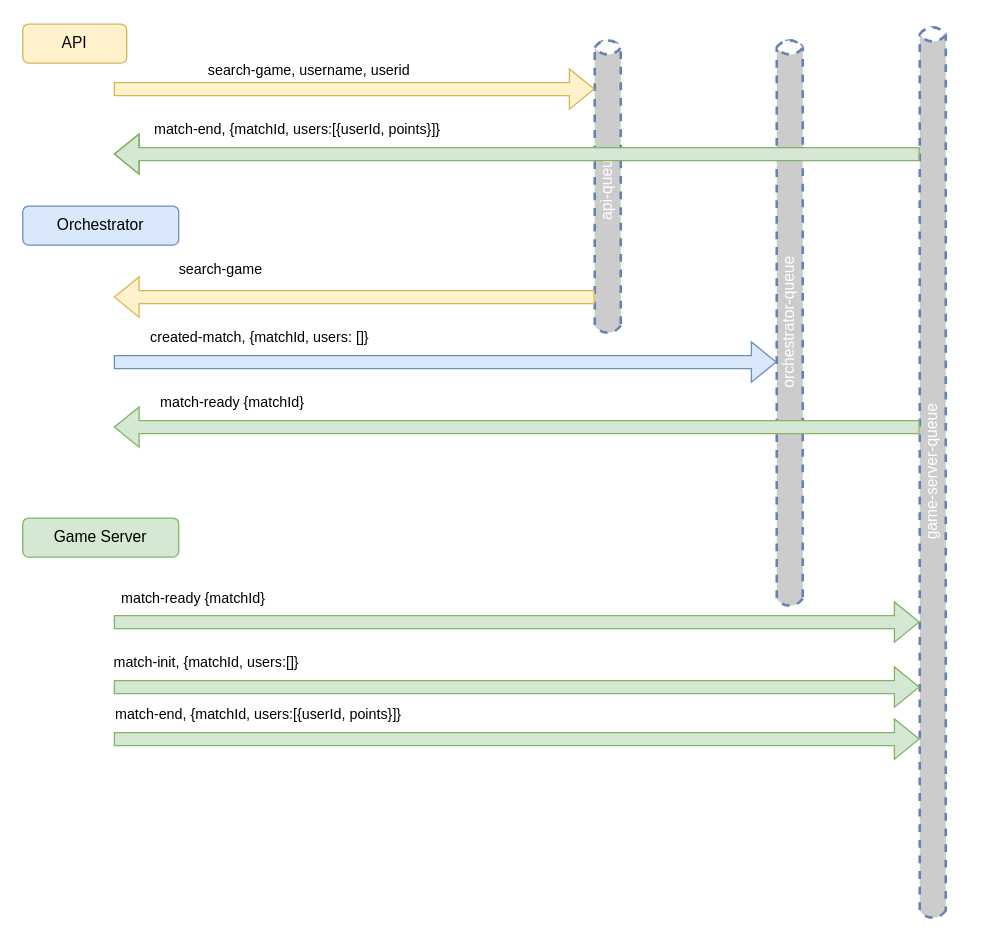
The draw.io diagram page "messages" (1 of 2) of documents/architecture.drawio in paolinos/web-game-server, before the edit. Source tidied: cells renumbered, new cells numbered last; positions are measured from the earlier drawing's top-left corner, leaving out a move shared by most shapes. Both pictures are drawn from the tidied source at 130%, with x=0, y=0 at pixel (22, 23).
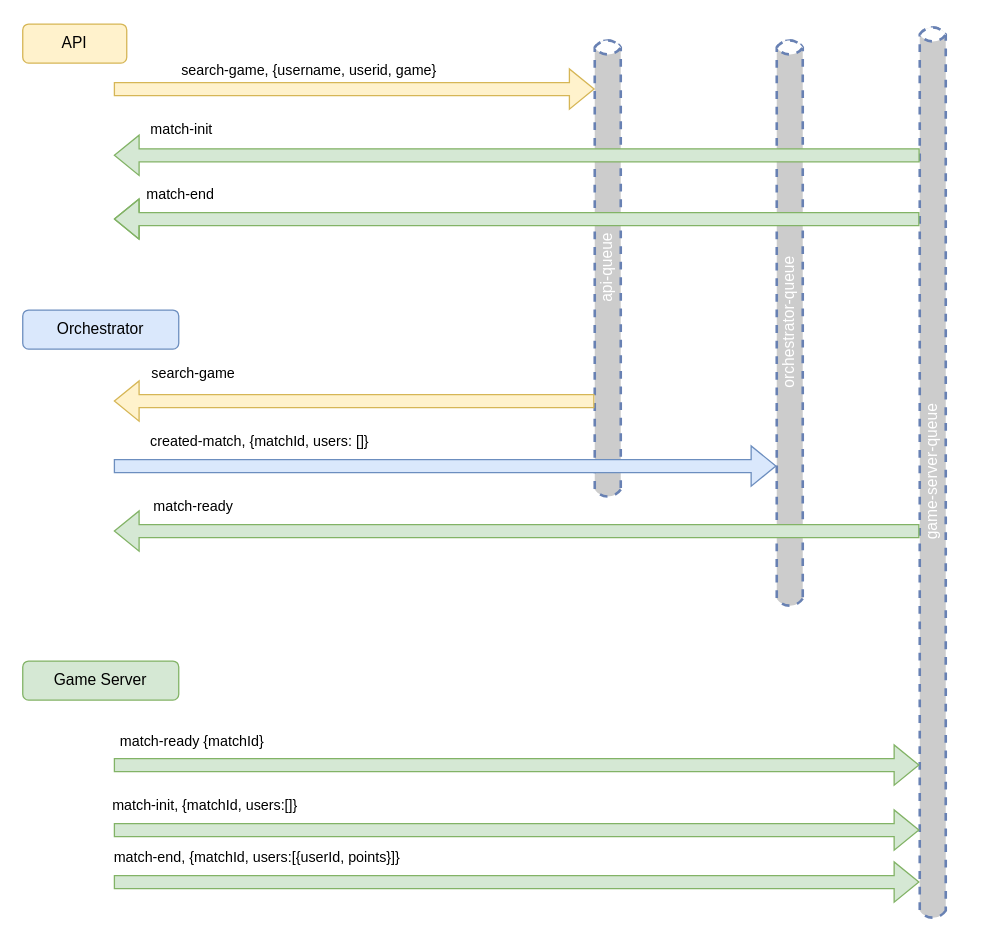
The same page after the edit.

Commit message (it also covers changes not shown here):
Update messages-workflow image

The change refers to these unchanged cells:
```xml
<mxCell id="6" value="orchestrator-queue" style="html=1;outlineConnect=0;fillColor=#CCCCCC;strokeColor=#6881B3;gradientColor=none;gradientDirection=north;strokeWidth=2;shape=mxgraph.networks.bus;gradientColor=none;gradientDirection=north;fontColor=#ffffff;perimeter=backbonePerimeter;backboneSize=20;dashed=1;rotation=-90;" parent="1" vertex="1">
  <mxGeometry x="370" y="210" width="440" height="40" as="geometry" />
</mxCell>
<mxCell id="7" value="game-server-queue" style="html=1;outlineConnect=0;fillColor=#CCCCCC;strokeColor=#6881B3;gradientColor=none;gradientDirection=north;strokeWidth=2;shape=mxgraph.networks.bus;gradientColor=none;gradientDirection=north;fontColor=#ffffff;perimeter=backbonePerimeter;backboneSize=20;dashed=1;rotation=-90;" parent="1" vertex="1">
  <mxGeometry x="355" y="325" width="690" height="40" as="geometry" />
</mxCell>
<mxCell id="8" style="shape=flexArrow;endArrow=classic;html=1;rounded=0;fillColor=#fff2cc;strokeColor=#d6b656;" parent="1" edge="1" target="5">
  <mxGeometry relative="1" as="geometry">
    <mxPoint x="70" y="50" as="sourcePoint" />
  </mxGeometry>
</mxCell>
```

What changed in the source:
```diff
@@
     <mxCell id="3" value="Orchestrator" style="rounded=1;whiteSpace=wrap;html=1;fillColor=#dae8fc;strokeColor=#6c8ebf;" parent="1" vertex="1">
-      <mxGeometry y="140" width="120" height="30" as="geometry" />
+      <mxGeometry y="220" width="120" height="30" as="geometry" />
     </mxCell>
     <mxCell id="4" value="Game Server" style="rounded=1;whiteSpace=wrap;html=1;fillColor=#d5e8d4;strokeColor=#82b366;" parent="1" vertex="1">
-      <mxGeometry y="380" width="120" height="30" as="geometry" />
+      <mxGeometry y="490" width="120" height="30" as="geometry" />
     </mxCell>
     <mxCell id="5" value="api-queue" style="html=1;outlineConnect=0;fillColor=#CCCCCC;strokeColor=#6881B3;gradientColor=none;gradientDirection=north;strokeWidth=2;shape=mxgraph.networks.bus;gradientColor=none;gradientDirection=north;fontColor=#ffffff;perimeter=backbonePerimeter;backboneSize=20;dashed=1;rotation=-90;" parent="1" vertex="1">
-      <mxGeometry x="335" y="105" width="230" height="40" as="geometry" />
+      <mxGeometry x="272" y="168" width="356" height="40" as="geometry" />
     </mxCell>
@@
-    <mxCell id="9" value="search-game, username, userid" style="edgeLabel;html=1;align=center;verticalAlign=middle;" parent="8" vertex="1">
+    <mxCell id="9" value="search-game, {username, userid, game}" style="edgeLabel;html=1;align=center;verticalAlign=middle;" parent="8" vertex="1">
       <mxGeometry x="-0.43" y="-1" relative="1" as="geometry">
         <mxPoint x="44" y="-16" as="offset" />
       </mxGeometry>
     </mxCell>
-    <mxCell id="10" style="shape=flexArrow;endArrow=classic;html=1;rounded=0;fillColor=#fff2cc;strokeColor=#d6b656;" parent="1" edge="1" source="5">
+    <mxCell id="10" style="shape=flexArrow;endArrow=classic;html=1;rounded=0;fillColor=#fff2cc;strokeColor=#d6b656;" parent="1" edge="1">
       <mxGeometry relative="1" as="geometry">
-        <mxPoint x="70" y="210" as="targetPoint" />
+        <mxPoint x="439.8" y="290" as="sourcePoint" />
+        <mxPoint x="70" y="290" as="targetPoint" />
       </mxGeometry>
     </mxCell>
     <mxCell id="11" value="search-game" style="edgeLabel;html=1;align=center;verticalAlign=middle;" parent="10" vertex="1">
       <mxGeometry x="-0.43" y="-1" relative="1" as="geometry">
-        <mxPoint x="-184" y="-21" as="offset" />
+        <mxPoint x="-204" y="-21" as="offset" />
       </mxGeometry>
     </mxCell>
-    <mxCell id="12" style="shape=flexArrow;endArrow=classic;html=1;rounded=0;fillColor=#dae8fc;strokeColor=#6c8ebf;" parent="1" edge="1" target="6">
+    <mxCell id="12" style="shape=flexArrow;endArrow=classic;html=1;rounded=0;fillColor=#dae8fc;strokeColor=#6c8ebf;" parent="1" edge="1">
       <mxGeometry relative="1" as="geometry">
-        <mxPoint x="70" y="260" as="sourcePoint" />
+        <mxPoint x="70" y="340" as="sourcePoint" />
+        <mxPoint x="579.8" y="340" as="targetPoint" />
       </mxGeometry>
     </mxCell>
@@
-    <mxCell id="14" style="shape=flexArrow;endArrow=classic;html=1;rounded=0;fillColor=#d5e8d4;strokeColor=#82b366;" parent="1" edge="1" target="7">
+    <mxCell id="14" style="shape=flexArrow;endArrow=classic;html=1;rounded=0;fillColor=#d5e8d4;strokeColor=#82b366;" parent="1" edge="1">
       <mxGeometry relative="1" as="geometry">
-        <mxPoint x="70" y="460" as="sourcePoint" />
+        <mxPoint x="70" y="570" as="sourcePoint" />
+        <mxPoint x="689.8" y="570" as="targetPoint" />
       </mxGeometry>
     </mxCell>
@@
-    <mxCell id="16" style="shape=flexArrow;endArrow=classic;html=1;rounded=0;fillColor=#d5e8d4;strokeColor=#82b366;" parent="1" edge="1" target="7">
+    <mxCell id="16" style="shape=flexArrow;endArrow=classic;html=1;rounded=0;fillColor=#d5e8d4;strokeColor=#82b366;" parent="1" edge="1">
       <mxGeometry relative="1" as="geometry">
-        <mxPoint x="70" y="510" as="sourcePoint" />
+        <mxPoint x="70" y="620" as="sourcePoint" />
+        <mxPoint x="689.8" y="620" as="targetPoint" />
       </mxGeometry>
     </mxCell>
@@
-    <mxCell id="18" style="shape=flexArrow;endArrow=classic;html=1;rounded=0;fillColor=#d5e8d4;strokeColor=#82b366;" parent="1" edge="1" target="7">
+    <mxCell id="18" style="shape=flexArrow;endArrow=classic;html=1;rounded=0;fillColor=#d5e8d4;strokeColor=#82b366;" parent="1" edge="1">
       <mxGeometry relative="1" as="geometry">
-        <mxPoint x="70" y="550" as="sourcePoint" />
+        <mxPoint x="70" y="660" as="sourcePoint" />
+        <mxPoint x="689.8" y="660" as="targetPoint" />
       </mxGeometry>
     </mxCell>
@@
-    <mxCell id="20" style="shape=flexArrow;endArrow=classic;html=1;rounded=0;fillColor=#d5e8d4;strokeColor=#82b366;" parent="1" edge="1" source="7">
+    <mxCell id="20" style="shape=flexArrow;endArrow=classic;html=1;rounded=0;fillColor=#d5e8d4;strokeColor=#82b366;" parent="1" edge="1">
       <mxGeometry relative="1" as="geometry">
-        <mxPoint x="70" y="310" as="targetPoint" />
+        <mxPoint x="689.8" y="390" as="sourcePoint" />
+        <mxPoint x="70" y="390" as="targetPoint" />
       </mxGeometry>
     </mxCell>
-    <mxCell id="21" value="match-ready {matchId}" style="edgeLabel;html=1;align=center;verticalAlign=middle;" parent="20" vertex="1">
+    <mxCell id="21" value="match-ready" style="edgeLabel;html=1;align=center;verticalAlign=middle;" parent="20" vertex="1">
       <mxGeometry x="-0.49" y="-5" relative="1" as="geometry">
-        <mxPoint x="-372" y="-15" as="offset" />
+        <mxPoint x="-401" y="-15" as="offset" />
       </mxGeometry>
     </mxCell>
-    <mxCell id="22" style="shape=flexArrow;endArrow=classic;html=1;rounded=0;fillColor=#d5e8d4;strokeColor=#82b366;" parent="1" edge="1" source="7">
+    <mxCell id="22" style="shape=flexArrow;endArrow=classic;html=1;rounded=0;fillColor=#d5e8d4;strokeColor=#82b366;" parent="1" edge="1">
       <mxGeometry relative="1" as="geometry">
-        <mxPoint x="70" y="100" as="targetPoint" />
+        <mxPoint x="689.8" y="150" as="sourcePoint" />
+        <mxPoint x="70" y="150" as="targetPoint" />
         <Array as="points">
-          <mxPoint x="530" y="100" />
+          <mxPoint x="530" y="150" />
         </Array>
       </mxGeometry>
     </mxCell>
-    <mxCell id="23" value="match-end, {matchId, users:[{userId, points}]}" style="edgeLabel;html=1;align=center;verticalAlign=middle;" parent="22" vertex="1">
+    <mxCell id="23" value="match-end" style="edgeLabel;html=1;align=center;verticalAlign=middle;" parent="22" vertex="1">
       <mxGeometry x="-0.49" y="-5" relative="1" as="geometry">
-        <mxPoint x="-322" y="-15" as="offset" />
+        <mxPoint x="-411" y="-15" as="offset" />
       </mxGeometry>
     </mxCell>
+    <mxCell id="24" style="shape=flexArrow;endArrow=classic;html=1;rounded=0;fillColor=#d5e8d4;strokeColor=#82b366;" parent="1" edge="1" source="7">
+      <mxGeometry relative="1" as="geometry">
+        <mxPoint x="70" y="101" as="targetPoint" />
+      </mxGeometry>
+    </mxCell>
+    <mxCell id="25" value="match-init" style="edgeLabel;html=1;align=center;verticalAlign=middle;" parent="24" vertex="1">
+      <mxGeometry x="-0.49" y="-5" relative="1" as="geometry">
+        <mxPoint x="-411" y="-16" as="offset" />
+      </mxGeometry>
+    </mxCell>
```
